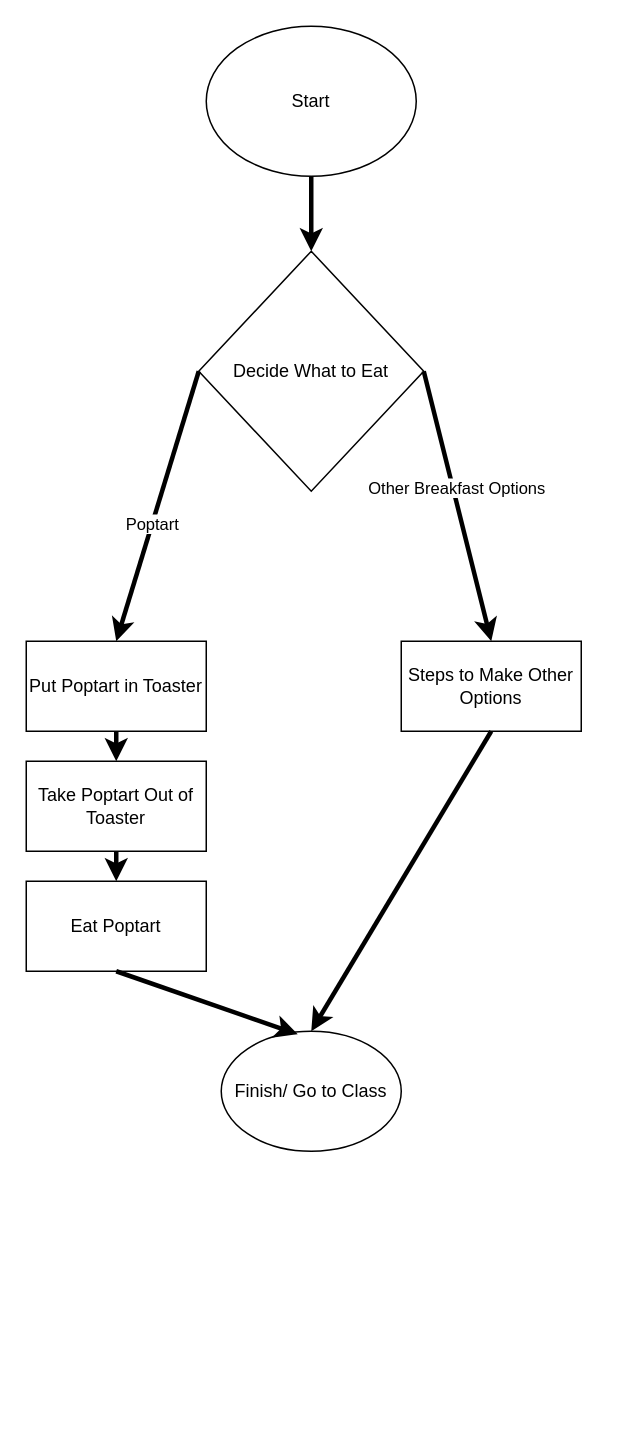
Before: IST/Flowchart for Making Breakfast.drawio in lqr5252/IST-140, a draw.io diagram. Source tidied: cells renumbered, new cells numbered last; positions are measured from the earlier drawing's top-left corner, leaving out a move shared by most shapes. Both pictures are drawn from the tidied source at 150%, with x=0, y=0 at pixel (26, 26).
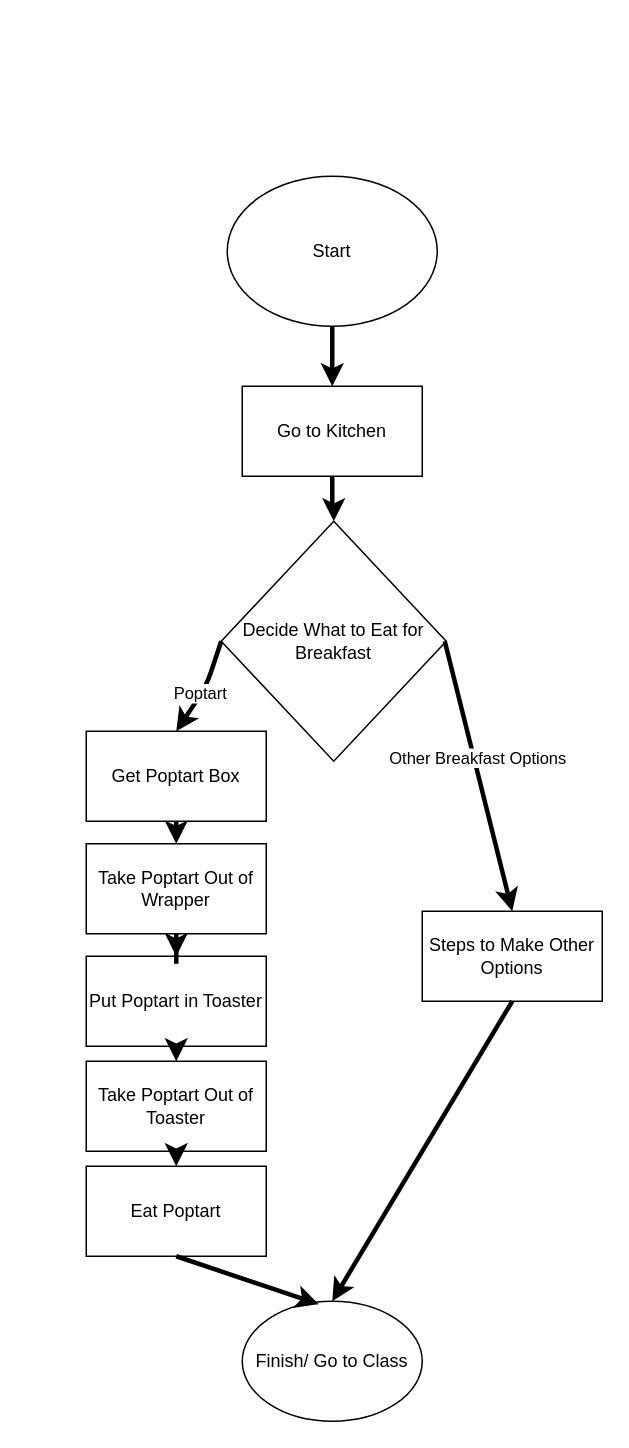
The same page after the edit.

What changed in the source:
```diff
@@
-    <mxCell id="2" style="edgeStyle=orthogonalEdgeStyle;rounded=0;jettySize=auto;html=1;strokeWidth=3;" parent="1" edge="1" source="3" target="4">
+    <mxCell id="2" style="edgeStyle=orthogonalEdgeStyle;rounded=0;jettySize=auto;html=1;strokeWidth=3;" parent="1" edge="1" source="3" target="21">
       <mxGeometry relative="1" as="geometry" />
     </mxCell>
     <mxCell id="3" value="Start" style="ellipse;whiteSpace=wrap;html=1;" parent="1" vertex="1">
-      <mxGeometry x="120" width="140" height="100" as="geometry" />
+      <mxGeometry x="134" y="100" width="140" height="100" as="geometry" />
     </mxCell>
-    <mxCell id="4" value="Decide What to Eat" style="rhombus;whiteSpace=wrap;html=1;strokeWidth=1;perimeterSpacing=0;" parent="1" vertex="1">
-      <mxGeometry x="115" y="150" width="150" height="160" as="geometry" />
+    <mxCell id="4" value="Decide What to Eat for Breakfast" style="rhombus;whiteSpace=wrap;html=1;strokeWidth=1;perimeterSpacing=0;" parent="1" vertex="1">
+      <mxGeometry x="130" y="330" width="150" height="160" as="geometry" />
     </mxCell>
     <mxCell id="5" value="Steps to Make Other Options" style="rounded=0;whiteSpace=wrap;html=1;strokeWidth=1;" parent="1" vertex="1">
-      <mxGeometry x="250" y="410" width="120" height="60" as="geometry" />
+      <mxGeometry x="264" y="590" width="120" height="60" as="geometry" />
     </mxCell>
-    <mxCell id="6" style="endArrow=classic;html=1;strokeWidth=3;exitX=0;exitY=0.5;exitDx=0;exitDy=0;entryX=0.5;entryY=0;entryDx=0;entryDy=0;" parent="1" edge="1" source="4" target="10">
-      <mxGeometry relative="1" as="geometry" />
+    <mxCell id="6" style="endArrow=classic;html=1;strokeWidth=3;exitX=0;exitY=0.5;exitDx=0;exitDy=0;entryX=0.5;entryY=0;entryDx=0;entryDy=0;" parent="1" edge="1" source="4" target="22">
+      <mxGeometry relative="1" as="geometry">
+        <Array as="points">
+          <mxPoint x="120" y="440" />
+        </Array>
+      </mxGeometry>
     </mxCell>
@@
-    <mxCell id="8" style="endArrow=classic;html=1;strokeWidth=3;exitX=1;exitY=0.5;exitDx=0;exitDy=0;entryX=0.5;entryY=0;entryDx=0;entryDy=0;" parent="1" edge="1" source="4" target="5">
-      <mxGeometry relative="1" as="geometry" />
+    <mxCell id="8" style="endArrow=classic;html=1;strokeWidth=3;exitX=1;exitY=0.5;exitDx=0;exitDy=0;entryX=0.5;entryY=0;entryDx=0;entryDy=0;" parent="1" edge="1" target="5">
+      <mxGeometry relative="1" as="geometry">
+        <mxPoint x="279" y="410" as="sourcePoint" />
+      </mxGeometry>
     </mxCell>
@@
     <mxCell id="10" value="Put Poptart in Toaster" style="rounded=0;whiteSpace=wrap;html=1;strokeWidth=1;" parent="1" vertex="1">
-      <mxGeometry y="410" width="120" height="60" as="geometry" />
+      <mxGeometry x="40" y="620" width="120" height="60" as="geometry" />
     </mxCell>
     <mxCell id="11" value="Take Poptart Out of Toaster" style="rounded=0;whiteSpace=wrap;html=1;strokeWidth=1;" parent="1" vertex="1">
-      <mxGeometry y="490" width="120" height="60" as="geometry" />
+      <mxGeometry x="40" y="690" width="120" height="60" as="geometry" />
     </mxCell>
     <mxCell id="12" value="Eat Poptart" style="rounded=0;whiteSpace=wrap;html=1;strokeWidth=1;" parent="1" vertex="1">
-      <mxGeometry y="570" width="120" height="60" as="geometry" />
+      <mxGeometry x="40" y="760" width="120" height="60" as="geometry" />
     </mxCell>
     <mxCell id="13" value="Finish/ Go to Class" style="ellipse;whiteSpace=wrap;html=1;strokeWidth=1;" parent="1" vertex="1">
-      <mxGeometry x="130" y="670" width="120" height="80" as="geometry" />
+      <mxGeometry x="144" y="850" width="120" height="80" as="geometry" />
     </mxCell>
@@
     <mxCell id="15" style="endArrow=classic;html=1;strokeWidth=3;exitX=0.5;exitY=1;exitDx=0;exitDy=0;entryX=0.425;entryY=0.025;entryDx=0;entryDy=0;entryPerimeter=0;" parent="1" edge="1" source="12" target="13">
       <mxGeometry relative="1" as="geometry">
         <Array as="points">
-          <mxPoint x="181" y="672" />
+          <mxPoint x="195" y="852" />
         </Array>
       </mxGeometry>
     </mxCell>
@@
+    <mxCell id="18" style="edgeStyle=orthogonalEdgeStyle;rounded=0;jettySize=auto;html=1;strokeWidth=3;" parent="1" edge="1" source="19" target="10">
+      <mxGeometry relative="1" as="geometry" />
+    </mxCell>
+    <mxCell id="19" value="Take Poptart Out of Wrapper" style="rounded=0;whiteSpace=wrap;html=1;" parent="1" vertex="1">
+      <mxGeometry x="40" y="545" width="120" height="60" as="geometry" />
+    </mxCell>
+    <mxCell id="20" style="edgeStyle=orthogonalEdgeStyle;rounded=0;jettySize=auto;html=1;strokeWidth=3;" parent="1" edge="1" source="21" target="4">
+      <mxGeometry relative="1" as="geometry" />
+    </mxCell>
+    <mxCell id="21" value="Go to Kitchen" style="rounded=0;whiteSpace=wrap;html=1;" parent="1" vertex="1">
+      <mxGeometry x="144" y="240" width="120" height="60" as="geometry" />
+    </mxCell>
+    <mxCell id="22" value="Get Poptart Box" style="rounded=0;whiteSpace=wrap;html=1;strokeWidth=1;" parent="1" vertex="1">
+      <mxGeometry x="40" y="470" width="120" height="60" as="geometry" />
+    </mxCell>
+    <mxCell id="23" style="endArrow=classic;html=1;strokeWidth=3;exitX=0.5;exitY=1;exitDx=0;exitDy=0;entryX=0.5;entryY=0;entryDx=0;entryDy=0;" parent="1" edge="1" source="22" target="19">
+      <mxGeometry relative="1" as="geometry" />
+    </mxCell>
```
